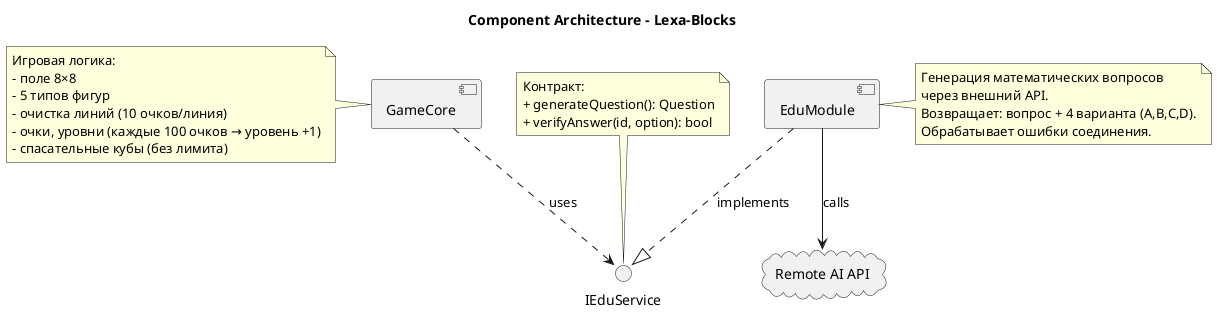
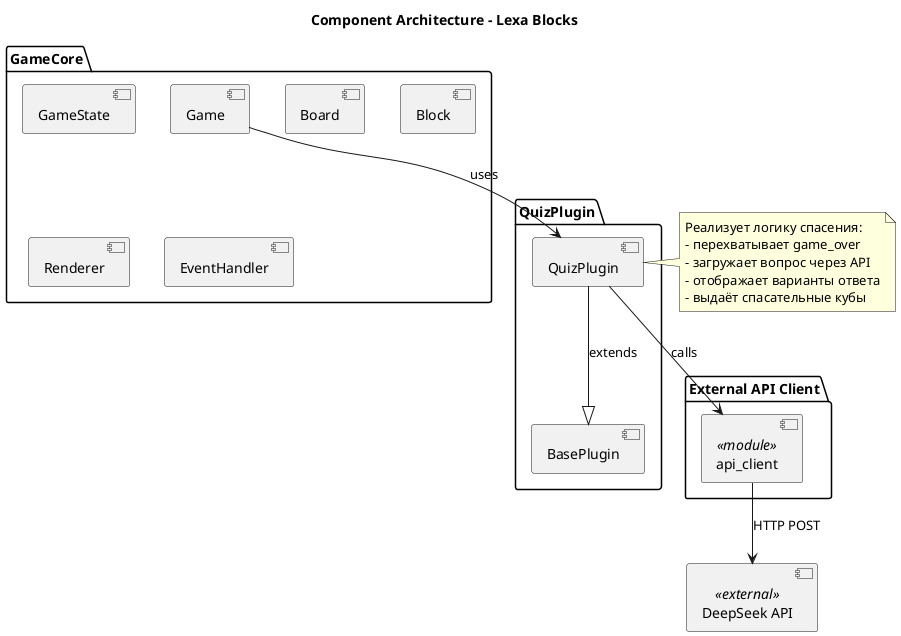
@startuml
- title Component Architecture - Lexa-Blocks
+ title Component Architecture - Lexa Blocks

- component GameCore
- component EduModule
- interface IEduService
+ package "GameCore" {
+     component "Game" as GameComp
+     component "GameState" as GameStateComp
+     component "Board" as BoardComp
+     component "Block" as BlockComp
+     component "Renderer" as RendererComp
+     component "EventHandler" as EventHandlerComp
+ }

- GameCore ..> IEduService : uses
- EduModule ..|> IEduService : implements
+ package "QuizPlugin" {
+     component "QuizPlugin" as QuizPluginComp
+     component "BasePlugin" as BasePluginComp
+ }

- cloud "Remote AI API" as RemoteAPI
- EduModule --> RemoteAPI : calls
+ package "External API Client" {
+     component "api_client" as APIClient <<module>>
+ }

- note left of GameCore
-     Игровая логика:
-     - поле 8×8
-     - 5 типов фигур
-     - очистка линий (10 очков/линия)
-     - очки, уровни (каждые 100 очков → уровень +1)
-     - спасательные кубы (без лимита)
- end note
+ component "DeepSeek API" as DeepSeek <<external>>

- note right of EduModule
-     Генерация математических вопросов
-     через внешний API.
-     Возвращает: вопрос + 4 варианта (A,B,C,D).
-     Обрабатывает ошибки соединения.
- end note
+ ' Зависимости
+ GameComp --> QuizPluginComp : uses
+ QuizPluginComp --|> BasePluginComp : extends
+ QuizPluginComp --> APIClient : calls
+ APIClient --> DeepSeek : HTTP POST

- note top of IEduService
-     Контракт:
-     + generateQuestion(): Question
-     + verifyAnswer(id, option): bool
+ note right of QuizPluginComp
+     Реализует логику спасения:
+     - перехватывает game_over
+     - загружает вопрос через API
+     - отображает варианты ответа
+     - выдаёт спасательные кубы
end note

@enduml
